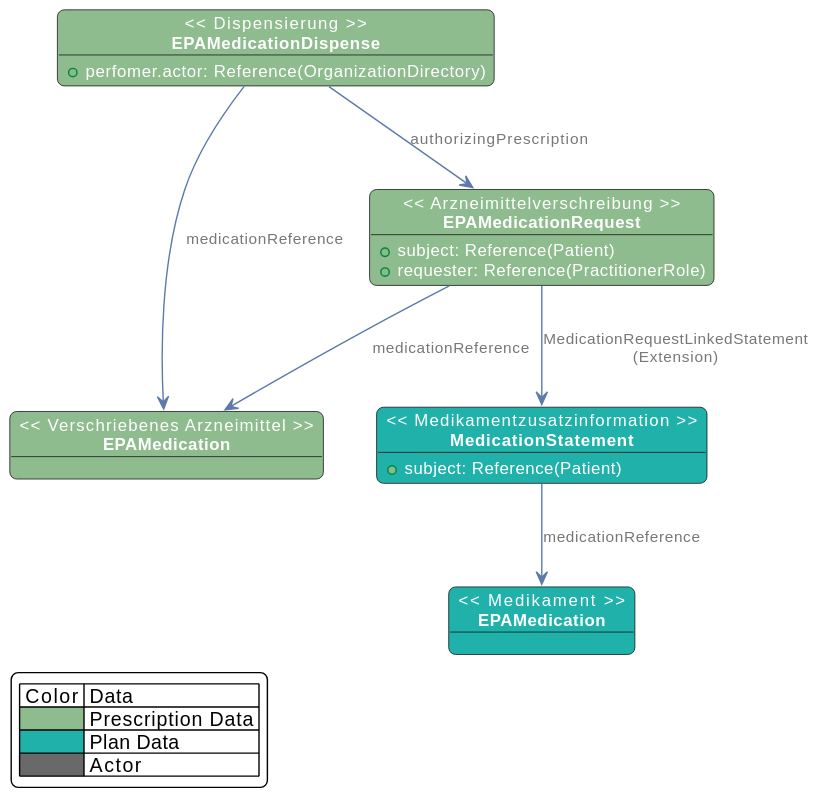
Above: images/plantuml/medication.fhir.link.prescription.model.svg in gematik/ePA-Medication (PlantUML), before the change. Source of this version:
```plantuml
@startuml medication.fhir.link.prescription.model

skinparam fixCircleLabelOverlapping false
skinparam roundcorner 10
skinparam object {
    BackgroundColor DimGrey
    BorderColor Black
    ArrowColor #5c7aab
    FontSize 12
    FontColor White
    NoteBackgroundColor #3483eb
    ArrowFontColor #777777
    ArrowFontSize 11
}
skinparam LegendBackgroundColor White

object "<< Medikamentzusatzinformation >>\n**MedicationStatement**" as MedicationStatement #LightSeaGreen  {
    + subject: Reference(Patient)
}
object "<< Medikament >>\n**EPAMedication**" as PlanMedication #LightSeaGreen
object "<< Verschriebenes Arzneimittel >>\n**EPAMedication**" as Medication #DarkSeaGreen
object "<< Arzneimittelverschreibung >>\n**EPAMedicationRequest**" as MedicationRequest #DarkSeaGreen {
    + subject: Reference(Patient)
    + requester: Reference(PractitionerRole)
}
object "<< Dispensierung >>\n**EPAMedicationDispense**" as MedicationDispense #DarkSeaGreen {
    + perfomer.actor: Reference(OrganizationDirectory)
}

MedicationStatement -d-> PlanMedication : "medicationReference"

MedicationRequest -d-> Medication : "medicationReference"
MedicationRequest -d-> MedicationStatement : "MedicationRequestLinkedStatement\n(Extension)"

MedicationDispense -d-> Medication : "medicationReference"
MedicationDispense -d-> MedicationRequest : "authorizingPrescription"

legend left
    | Color | Data |
    |<#DarkSeaGreen>| Prescription Data |
    |<#LightSeaGreen>| Plan Data |
    |<#DimGrey>| Actor |
endlegend


@enduml
```
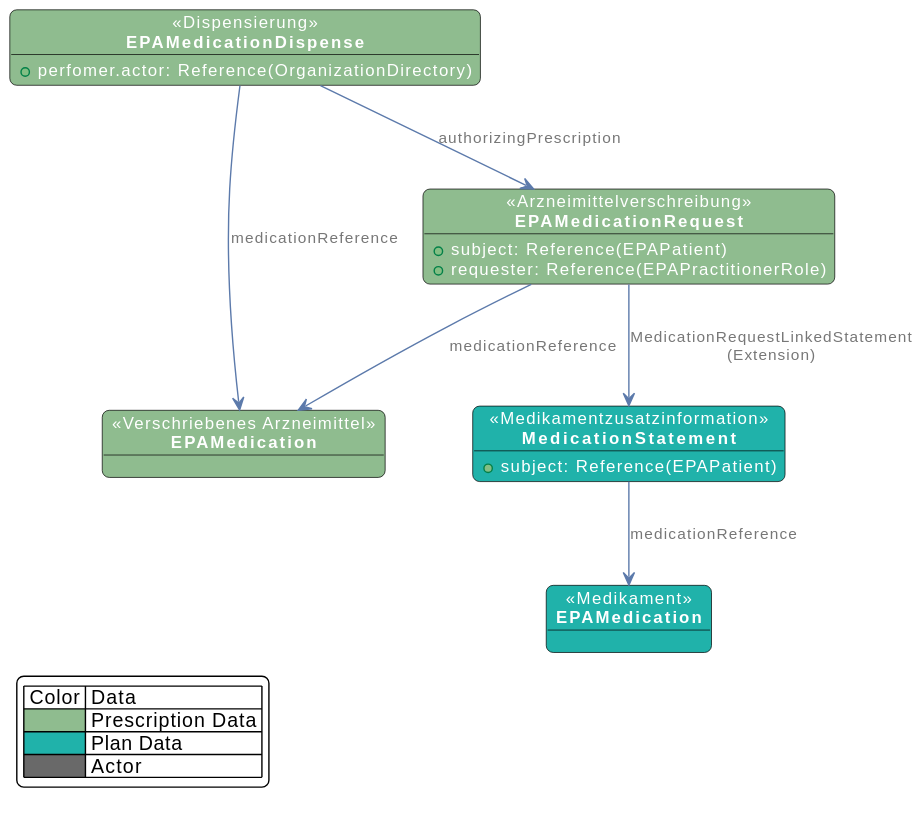
The same diagram one commit later.

What changed in the source:
```diff
@@ -1,5 +1,4 @@
-@startuml medication.fhir.link.prescription.model
-
+@startuml
 skinparam fixCircleLabelOverlapping false
 skinparam roundcorner 10
 skinparam object {
@@ -15,13 +14,13 @@
 skinparam LegendBackgroundColor White
 
 object "<< Medikamentzusatzinformation >>\n**MedicationStatement**" as MedicationStatement #LightSeaGreen  {
-    + subject: Reference(Patient)
+    + subject: Reference(EPAPatient)
 }
 object "<< Medikament >>\n**EPAMedication**" as PlanMedication #LightSeaGreen
 object "<< Verschriebenes Arzneimittel >>\n**EPAMedication**" as Medication #DarkSeaGreen
 object "<< Arzneimittelverschreibung >>\n**EPAMedicationRequest**" as MedicationRequest #DarkSeaGreen {
-    + subject: Reference(Patient)
-    + requester: Reference(PractitionerRole)
+    + subject: Reference(EPAPatient)
+    + requester: Reference(EPAPractitionerRole)
 }
 object "<< Dispensierung >>\n**EPAMedicationDispense**" as MedicationDispense #DarkSeaGreen {
     + perfomer.actor: Reference(OrganizationDirectory)
```
